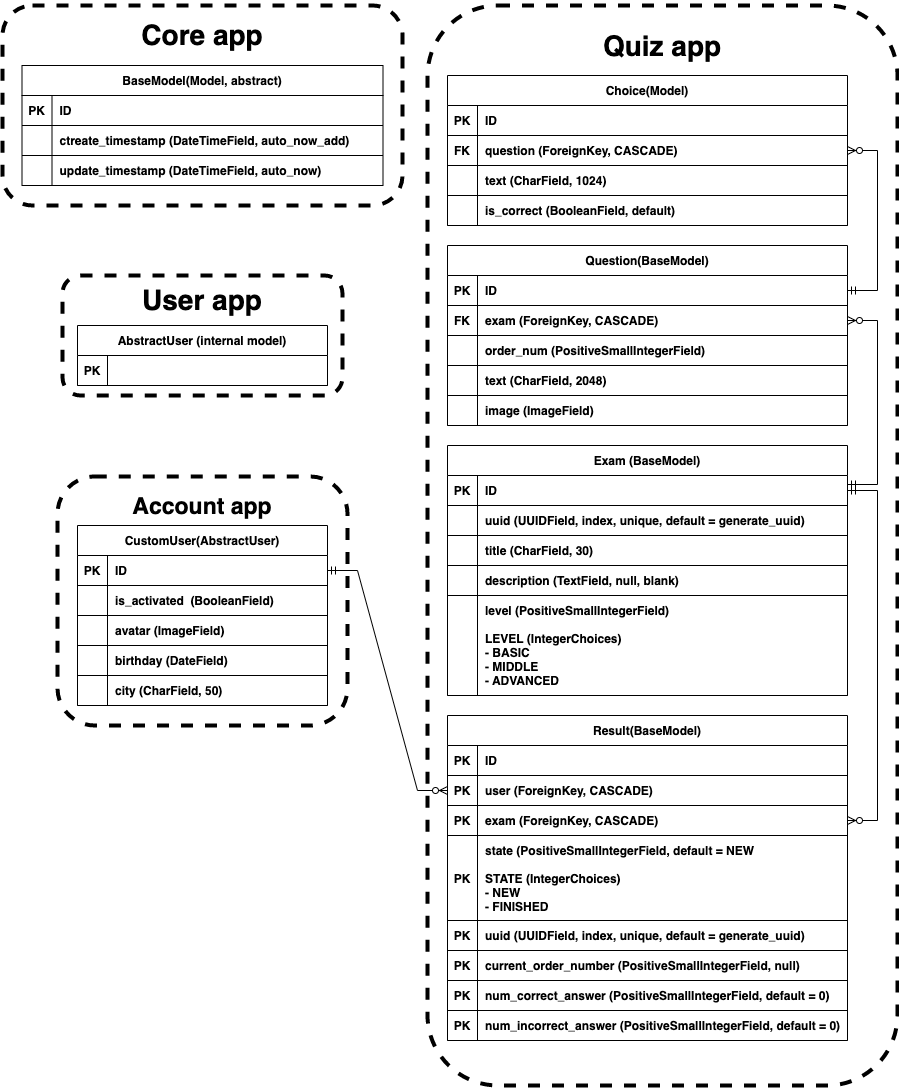
The draw.io diagram quiz.drawio.png in KasperovichDima/quiz_1, before a commit. Source tidied: cells renumbered, new cells last; positions are measured from the earlier drawing's top-left corner, leaving out a move shared by most shapes.
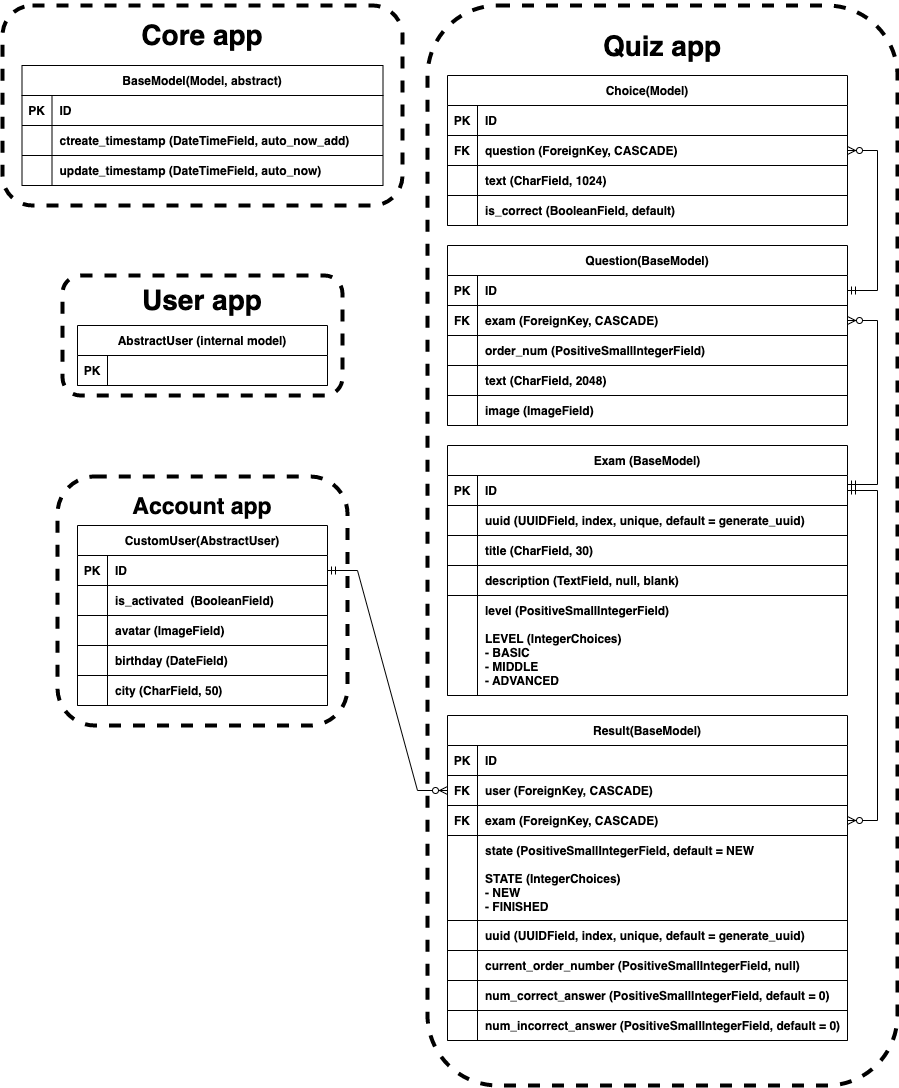
The same diagram one commit later.

Change to the diagram source:
```diff
@@ -248,7 +248,7 @@
     <mxCell id="83" style="shape=partialRectangle;fillColor=none;points=[[0,0.5],[1,0.5]];portConstraint=eastwest;top=0;left=0;right=0;bottom=1;" parent="79" vertex="1">
       <mxGeometry y="60" width="400" height="30" as="geometry" />
     </mxCell>
-    <mxCell id="84" value="PK" style="shape=partialRectangle;overflow=hidden;fillColor=none;top=0;left=0;bottom=0;right=0;fontStyle=1;" parent="83" vertex="1">
+    <mxCell id="84" value="FK" style="shape=partialRectangle;overflow=hidden;fillColor=none;top=0;left=0;bottom=0;right=0;fontStyle=1;" parent="83" vertex="1">
       <mxGeometry width="30" height="30" as="geometry" />
     </mxCell>
     <mxCell id="85" value="user (ForeignKey, CASCADE)" style="shape=partialRectangle;overflow=hidden;fillColor=none;top=0;left=0;bottom=0;right=0;align=left;spacingLeft=6;fontStyle=1;" parent="83" vertex="1">
@@ -257,7 +257,7 @@
     <mxCell id="86" style="shape=partialRectangle;fillColor=none;points=[[0,0.5],[1,0.5]];portConstraint=eastwest;top=0;left=0;right=0;bottom=1;" parent="79" vertex="1">
       <mxGeometry y="90" width="400" height="30" as="geometry" />
     </mxCell>
-    <mxCell id="87" value="PK" style="shape=partialRectangle;overflow=hidden;fillColor=none;top=0;left=0;bottom=0;right=0;fontStyle=1;" parent="86" vertex="1">
+    <mxCell id="87" value="FK" style="shape=partialRectangle;overflow=hidden;fillColor=none;top=0;left=0;bottom=0;right=0;fontStyle=1;" parent="86" vertex="1">
       <mxGeometry width="30" height="30" as="geometry" />
     </mxCell>
     <mxCell id="88" value="exam (ForeignKey, CASCADE)" style="shape=partialRectangle;overflow=hidden;fillColor=none;top=0;left=0;bottom=0;right=0;align=left;spacingLeft=6;fontStyle=1;" parent="86" vertex="1">
@@ -266,7 +266,7 @@
     <mxCell id="89" style="shape=partialRectangle;fillColor=none;top=0;left=0;right=0;bottom=1;" parent="79" vertex="1">
       <mxGeometry y="120" width="400" height="85" as="geometry" />
     </mxCell>
-    <mxCell id="90" value="PK" style="shape=partialRectangle;overflow=hidden;fillColor=none;top=0;left=0;bottom=0;right=0;fontStyle=1;" parent="89" vertex="1">
+    <mxCell id="90" style="shape=partialRectangle;overflow=hidden;fillColor=none;top=0;left=0;bottom=0;right=0;fontStyle=1;" parent="89" vertex="1">
       <mxGeometry width="30" height="85" as="geometry" />
     </mxCell>
     <mxCell id="91" value="state (PositiveSmallIntegerField, default = NEW&#10;&#10;STATE (IntegerChoices)&#10;- NEW&#10;- FINISHED" style="shape=partialRectangle;overflow=hidden;fillColor=none;top=0;left=0;bottom=0;right=0;align=left;spacingLeft=6;fontStyle=1;" parent="89" vertex="1">
@@ -275,7 +275,7 @@
     <mxCell id="92" style="shape=partialRectangle;fillColor=none;top=0;left=0;right=0;bottom=1;" parent="79" vertex="1">
       <mxGeometry y="205" width="400" height="30" as="geometry" />
     </mxCell>
-    <mxCell id="93" value="PK" style="shape=partialRectangle;overflow=hidden;fillColor=none;top=0;left=0;bottom=0;right=0;fontStyle=1;" parent="92" vertex="1">
+    <mxCell id="93" style="shape=partialRectangle;overflow=hidden;fillColor=none;top=0;left=0;bottom=0;right=0;fontStyle=1;" parent="92" vertex="1">
       <mxGeometry width="30" height="30" as="geometry" />
     </mxCell>
     <mxCell id="94" value="uuid (UUIDField, index, unique, default = generate_uuid)" style="shape=partialRectangle;overflow=hidden;fillColor=none;top=0;left=0;bottom=0;right=0;align=left;spacingLeft=6;fontStyle=1;" parent="92" vertex="1">
@@ -284,7 +284,7 @@
     <mxCell id="95" style="shape=partialRectangle;fillColor=none;top=0;left=0;right=0;bottom=1;" parent="79" vertex="1">
       <mxGeometry y="235" width="400" height="30" as="geometry" />
     </mxCell>
-    <mxCell id="96" value="PK" style="shape=partialRectangle;overflow=hidden;fillColor=none;top=0;left=0;bottom=0;right=0;fontStyle=1;" parent="95" vertex="1">
+    <mxCell id="96" style="shape=partialRectangle;overflow=hidden;fillColor=none;top=0;left=0;bottom=0;right=0;fontStyle=1;" parent="95" vertex="1">
       <mxGeometry width="30" height="30" as="geometry" />
     </mxCell>
     <mxCell id="97" value="current_order_number (PositiveSmallIntegerField, null)" style="shape=partialRectangle;overflow=hidden;fillColor=none;top=0;left=0;bottom=0;right=0;align=left;spacingLeft=6;fontStyle=1;" parent="95" vertex="1">
@@ -293,7 +293,7 @@
     <mxCell id="98" style="shape=partialRectangle;fillColor=none;top=0;left=0;right=0;bottom=1;" parent="79" vertex="1">
       <mxGeometry y="265" width="400" height="30" as="geometry" />
     </mxCell>
-    <mxCell id="99" value="PK" style="shape=partialRectangle;overflow=hidden;fillColor=none;top=0;left=0;bottom=0;right=0;fontStyle=1;" parent="98" vertex="1">
+    <mxCell id="99" style="shape=partialRectangle;overflow=hidden;fillColor=none;top=0;left=0;bottom=0;right=0;fontStyle=1;" parent="98" vertex="1">
       <mxGeometry width="30" height="30" as="geometry" />
     </mxCell>
     <mxCell id="100" value="num_correct_answer (PositiveSmallIntegerField, default = 0)" style="shape=partialRectangle;overflow=hidden;fillColor=none;top=0;left=0;bottom=0;right=0;align=left;spacingLeft=6;fontStyle=1;" parent="98" vertex="1">
@@ -302,7 +302,7 @@
     <mxCell id="101" style="shape=partialRectangle;fillColor=none;top=0;left=0;right=0;bottom=1;" parent="79" vertex="1">
       <mxGeometry y="295" width="400" height="30" as="geometry" />
     </mxCell>
-    <mxCell id="102" value="PK" style="shape=partialRectangle;overflow=hidden;fillColor=none;top=0;left=0;bottom=0;right=0;fontStyle=1;" parent="101" vertex="1">
+    <mxCell id="102" style="shape=partialRectangle;overflow=hidden;fillColor=none;top=0;left=0;bottom=0;right=0;fontStyle=1;" parent="101" vertex="1">
       <mxGeometry width="30" height="30" as="geometry" />
     </mxCell>
     <mxCell id="103" value="num_incorrect_answer (PositiveSmallIntegerField, default = 0)" style="shape=partialRectangle;overflow=hidden;fillColor=none;top=0;left=0;bottom=0;right=0;align=left;spacingLeft=6;fontStyle=1;" parent="101" vertex="1">
```
